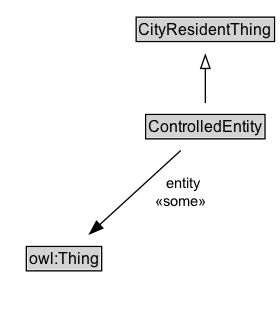
ISO-TC204/ontology-cdm-p2-v1 keeps this Graphviz diagram as docs/diagrams/ControlledEntity.dot.png. Above is the earlier version. Its source is kept beside it as docs/diagrams/ControlledEntity.dot. Source of this version:
```dot
digraph {
	graph [overlap=false rankdir=TB splines=true]
	node [fontname=Arial fontsize=12 margin=0 shape=none]
	edge [fontname=Arial fontsize=11]
	{
		rank=max
		ControlledEntity [label=<<TABLE BORDER="1" CELLBORDER="0" CELLSPACING="0" CELLPADDING="1"><TR><TD BGCOLOR="lightgray" ALIGN="CENTER" PORT="e">ControlledEntity</TD></TR></TABLE>> URL="../ControlledEntity.md" margin=0]
	}
	subgraph cluster_associated {
		label="" style=invis
		Invis [label=<<TABLE BORDER="0" CELLBORDER="0" CELLSPACING="0" CELLPADDING="1"><TR><TD></TD></TR></TABLE>> margin=0 style=invis]
		owl_Thing [label=<<TABLE BORDER="1" CELLBORDER="0" CELLSPACING="0" CELLPADDING="1"><TR><TD BGCOLOR="lightgray" ALIGN="CENTER">owl:Thing</TD></TR></TABLE>> margin=0]
	}
	CityResidentThing [label=<<TABLE BORDER="1" CELLBORDER="0" CELLSPACING="0" CELLPADDING="1"><TR><TD BGCOLOR="lightgray" ALIGN="CENTER">CityResidentThing</TD></TR></TABLE>> URL="../CityResidentThing.md" margin=0]
	ControlledEntity -> CityResidentThing [arrowhead=onormal style=solid]
	ControlledEntity -> Invis [style=invis]
	Invis -> owl_Thing [style=invis]
	ControlledEntity -> owl_Thing [label=" entity
 «some»  " arrowhead=normal style=solid]
}
```
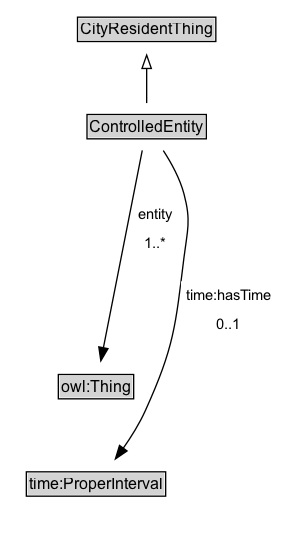
After the change.

The edit, as a diff of the source:
```diff
@@ -3,18 +3,25 @@
 	node [fontname=Arial fontsize=12 margin=0 shape=none]
 	edge [fontname=Arial fontsize=11]
 	{
+		rank=source
+		CityResidentThing [label=<<TABLE BORDER="1" CELLBORDER="0" CELLSPACING="0" CELLPADDING="1"><TR><TD BGCOLOR="lightgray" ALIGN="CENTER">CityResidentThing</TD></TR></TABLE>> URL="../CityResidentThing" margin=0]
+	}
+	ControlledEntity [label=<<TABLE BORDER="1" CELLBORDER="0" CELLSPACING="0" CELLPADDING="1"><TR><TD BGCOLOR="lightgray" ALIGN="CENTER">ControlledEntity</TD></TR></TABLE>> URL="../ControlledEntity" margin=0]
+	{
 		rank=max
-		ControlledEntity [label=<<TABLE BORDER="1" CELLBORDER="0" CELLSPACING="0" CELLPADDING="1"><TR><TD BGCOLOR="lightgray" ALIGN="CENTER" PORT="e">ControlledEntity</TD></TR></TABLE>> URL="../ControlledEntity.md" margin=0]
 	}
 	subgraph cluster_associated {
 		label="" style=invis
 		Invis [label=<<TABLE BORDER="0" CELLBORDER="0" CELLSPACING="0" CELLPADDING="1"><TR><TD></TD></TR></TABLE>> margin=0 style=invis]
-		owl_Thing [label=<<TABLE BORDER="1" CELLBORDER="0" CELLSPACING="0" CELLPADDING="1"><TR><TD BGCOLOR="lightgray" ALIGN="CENTER">owl:Thing</TD></TR></TABLE>> margin=0]
+		owl_Thing [label=<<TABLE BORDER="1" CELLBORDER="0" CELLSPACING="0" CELLPADDING="1"><TR><TD BGCOLOR="lightgray" ALIGN="CENTER">owl:Thing</TD></TR></TABLE>> URL="https://w3id.org/citydata/imported/owl/latest/Thing" margin=0]
+		time_ProperInterval [label=<<TABLE BORDER="1" CELLBORDER="0" CELLSPACING="0" CELLPADDING="1"><TR><TD BGCOLOR="lightgray" ALIGN="CENTER">time:ProperInterval</TD></TR></TABLE>> URL="https://w3id.org/citydata/imported/time/latest/ProperInterval" margin=0]
 	}
-	CityResidentThing [label=<<TABLE BORDER="1" CELLBORDER="0" CELLSPACING="0" CELLPADDING="1"><TR><TD BGCOLOR="lightgray" ALIGN="CENTER">CityResidentThing</TD></TR></TABLE>> URL="../CityResidentThing.md" margin=0]
 	ControlledEntity -> CityResidentThing [arrowhead=onormal style=solid]
 	ControlledEntity -> Invis [style=invis]
 	Invis -> owl_Thing [style=invis]
-	ControlledEntity -> owl_Thing [label=" entity
- «some»  " arrowhead=normal style=solid]
+	owl_Thing -> time_ProperInterval [style=invis]
+	owl_Thing [label=<<TABLE BORDER="1" CELLBORDER="0" CELLSPACING="0" CELLPADDING="1"><TR><TD BGCOLOR="lightgray" ALIGN="CENTER">owl:Thing</TD></TR></TABLE>> URL="https://w3id.org/citydata/imported/owl/latest/Thing" margin=0]
+	ControlledEntity -> owl_Thing [label=<<TABLE BORDER="0" CELLBORDER="0" CELLSPACING="0" CELLPADDING="4" BGCOLOR="white"><TR><TD ALIGN="CENTER">entity</TD></TR><TR><TD ALIGN="CENTER">1..*</TD></TR></TABLE>> arrowhead=normal style=solid]
+	time_ProperInterval [label=<<TABLE BORDER="1" CELLBORDER="0" CELLSPACING="0" CELLPADDING="1"><TR><TD BGCOLOR="lightgray" ALIGN="CENTER">time:ProperInterval</TD></TR></TABLE>> URL="https://w3id.org/citydata/imported/time/latest/ProperInterval" margin=0]
+	ControlledEntity -> time_ProperInterval [label=<<TABLE BORDER="0" CELLBORDER="0" CELLSPACING="0" CELLPADDING="4" BGCOLOR="white"><TR><TD ALIGN="CENTER">time:hasTime</TD></TR><TR><TD ALIGN="CENTER">0..1</TD></TR></TABLE>> arrowhead=normal style=solid]
 }
```
